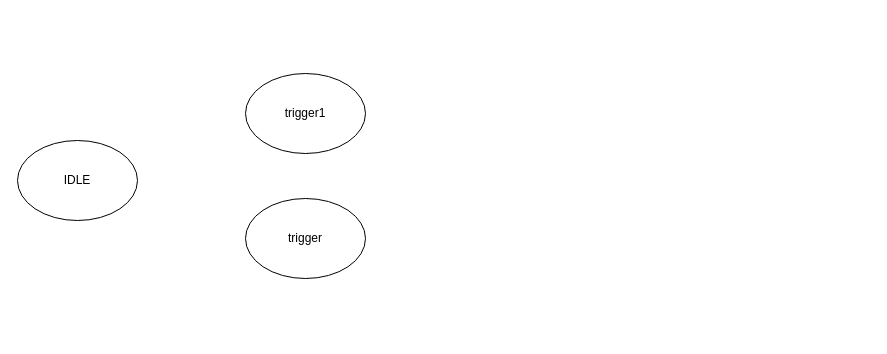
Earlier version of the draw.io diagram Our_design/addr_cnt_FSM.drawio (YZchen3467/drawio). Source tidied: cells renumbered, new cells numbered last; positions are measured from the earlier drawing's top-left corner, leaving out a move shared by most shapes. Both pictures are drawn from the tidied source at 100%, with x=0, y=0 at pixel (17, 73).
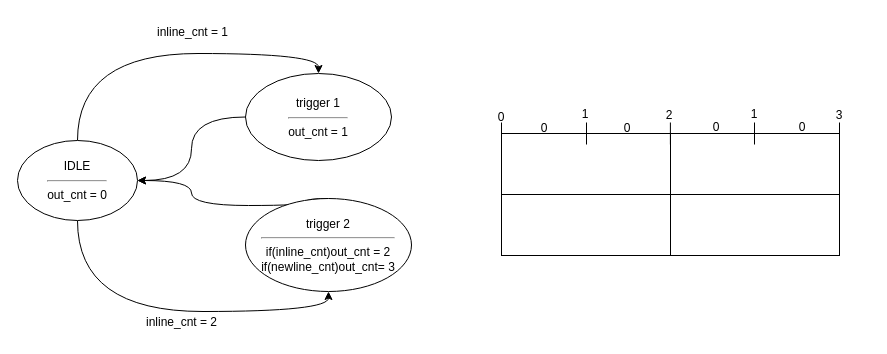
The same page after the edit.

Diff of the diagram source:
```diff
@@
+    <mxCell id="5" style="edgeStyle=orthogonalEdgeStyle;rounded=0;jettySize=auto;html=1;exitX=0.5;exitY=1;exitDx=0;exitDy=0;entryX=0.5;entryY=1;entryDx=0;entryDy=0;curved=1;" parent="1" edge="1" source="2" target="4">
+      <mxGeometry relative="1" as="geometry" />
+    </mxCell>
+    <mxCell id="6" style="edgeStyle=orthogonalEdgeStyle;rounded=0;jettySize=auto;html=1;exitX=0.5;exitY=0;exitDx=0;exitDy=0;entryX=0.5;entryY=0;entryDx=0;entryDy=0;curved=1;" parent="1" edge="1" source="2" target="3">
+      <mxGeometry relative="1" as="geometry" />
+    </mxCell>
-    <mxCell id="2" value="IDLE" style="ellipse;whiteSpace=wrap;html=1;" parent="1" vertex="1">
+    <mxCell id="2" value="IDLE&lt;hr&gt;out_cnt = 0" style="ellipse;whiteSpace=wrap;html=1;" parent="1" vertex="1">
       <mxGeometry y="67" width="120" height="80" as="geometry" />
     </mxCell>
+    <mxCell id="7" style="edgeStyle=orthogonalEdgeStyle;rounded=0;jettySize=auto;html=1;entryX=1;entryY=0.5;entryDx=0;entryDy=0;curved=1;" parent="1" edge="1" source="3" target="2">
+      <mxGeometry relative="1" as="geometry" />
+    </mxCell>
-    <mxCell id="3" value="trigger1" style="ellipse;whiteSpace=wrap;html=1;" parent="1" vertex="1">
-      <mxGeometry x="228" width="120" height="80" as="geometry" />
+    <mxCell id="3" value="trigger 1&lt;hr&gt;out_cnt = 1" style="ellipse;whiteSpace=wrap;html=1;" parent="1" vertex="1">
+      <mxGeometry x="228" width="146" height="87" as="geometry" />
     </mxCell>
+    <mxCell id="8" style="edgeStyle=orthogonalEdgeStyle;rounded=0;jettySize=auto;html=1;exitX=0.5;exitY=0;exitDx=0;exitDy=0;entryX=1;entryY=0.5;entryDx=0;entryDy=0;curved=1;" parent="1" edge="1" source="4" target="2">
+      <mxGeometry relative="1" as="geometry">
+        <Array as="points">
+          <mxPoint x="288" y="132" />
+          <mxPoint x="174" y="132" />
+          <mxPoint x="174" y="107" />
+        </Array>
+      </mxGeometry>
+    </mxCell>
-    <mxCell id="4" value="trigger" style="ellipse;whiteSpace=wrap;html=1;" parent="1" vertex="1">
-      <mxGeometry x="228" y="125" width="120" height="80" as="geometry" />
+    <mxCell id="4" value="trigger 2&lt;hr&gt;if(inline_cnt)out_cnt = 2&lt;br&gt;if(newline_cnt)out_cnt= 3" style="ellipse;whiteSpace=wrap;html=1;" parent="1" vertex="1">
+      <mxGeometry x="228" y="125" width="166" height="93" as="geometry" />
     </mxCell>
+    <mxCell id="9" style="rounded=0;whiteSpace=wrap;html=1;" parent="1" vertex="1">
+      <mxGeometry x="484" y="60" width="338" height="122" as="geometry" />
+    </mxCell>
+    <mxCell id="10" style="endArrow=none;html=1;rounded=0;entryX=0.5;entryY=0;entryDx=0;entryDy=0;exitX=0.5;exitY=1;exitDx=0;exitDy=0;" parent="1" edge="1" source="9" target="9">
+      <mxGeometry relative="1" as="geometry" />
+    </mxCell>
+    <mxCell id="11" style="endArrow=none;html=1;rounded=0;entryX=1;entryY=0.5;entryDx=0;entryDy=0;exitX=0;exitY=0.5;exitDx=0;exitDy=0;" parent="1" edge="1" source="9" target="9">
+      <mxGeometry relative="1" as="geometry" />
+    </mxCell>
+    <mxCell id="12" style="endArrow=none;html=1;rounded=0;" parent="1" edge="1">
+      <mxGeometry relative="1" as="geometry">
+        <mxPoint x="569" y="49" as="sourcePoint" />
+        <mxPoint x="569" y="71" as="targetPoint" />
+      </mxGeometry>
+    </mxCell>
+    <mxCell id="13" style="endArrow=none;html=1;rounded=0;" parent="1" edge="1">
+      <mxGeometry relative="1" as="geometry">
+        <mxPoint x="652.9" y="49" as="sourcePoint" />
+        <mxPoint x="652.9" y="71" as="targetPoint" />
+      </mxGeometry>
+    </mxCell>
+    <mxCell id="14" style="endArrow=none;html=1;rounded=0;" parent="1" edge="1">
+      <mxGeometry relative="1" as="geometry">
+        <mxPoint x="737" y="49" as="sourcePoint" />
+        <mxPoint x="737" y="71" as="targetPoint" />
+      </mxGeometry>
+    </mxCell>
+    <mxCell id="15" style="endArrow=none;html=1;rounded=0;" parent="1" edge="1">
+      <mxGeometry relative="1" as="geometry">
+        <mxPoint x="822" y="49" as="sourcePoint" />
+        <mxPoint x="822" y="71" as="targetPoint" />
+      </mxGeometry>
+    </mxCell>
+    <mxCell id="16" style="endArrow=none;html=1;rounded=0;" parent="1" edge="1">
+      <mxGeometry relative="1" as="geometry">
+        <mxPoint x="484" y="49" as="sourcePoint" />
+        <mxPoint x="484" y="71" as="targetPoint" />
+      </mxGeometry>
+    </mxCell>
+    <mxCell id="17" value="0" style="text;html=1;strokeColor=none;fillColor=none;align=center;verticalAlign=middle;whiteSpace=wrap;rounded=0;" parent="1" vertex="1">
+      <mxGeometry x="454" y="38.5" width="60" height="10" as="geometry" />
+    </mxCell>
+    <mxCell id="18" value="1" style="text;html=1;strokeColor=none;fillColor=none;align=center;verticalAlign=middle;whiteSpace=wrap;rounded=0;" parent="1" vertex="1">
+      <mxGeometry x="538" y="36" width="60" height="10" as="geometry" />
+    </mxCell>
+    <mxCell id="19" value="0" style="text;html=1;strokeColor=none;fillColor=none;align=center;verticalAlign=middle;whiteSpace=wrap;rounded=0;" parent="1" vertex="1">
+      <mxGeometry x="497" y="50" width="60" height="10" as="geometry" />
+    </mxCell>
+    <mxCell id="20" value="2" style="text;html=1;strokeColor=none;fillColor=none;align=center;verticalAlign=middle;whiteSpace=wrap;rounded=0;" parent="1" vertex="1">
+      <mxGeometry x="622" y="37" width="60" height="10" as="geometry" />
+    </mxCell>
+    <mxCell id="21" value="1" style="text;html=1;strokeColor=none;fillColor=none;align=center;verticalAlign=middle;whiteSpace=wrap;rounded=0;" parent="1" vertex="1">
+      <mxGeometry x="707" y="35.5" width="60" height="10" as="geometry" />
+    </mxCell>
+    <mxCell id="22" value="3" style="text;html=1;strokeColor=none;fillColor=none;align=center;verticalAlign=middle;whiteSpace=wrap;rounded=0;" parent="1" vertex="1">
+      <mxGeometry x="792" y="37" width="60" height="10" as="geometry" />
+    </mxCell>
+    <mxCell id="23" value="0" style="text;html=1;strokeColor=none;fillColor=none;align=center;verticalAlign=middle;whiteSpace=wrap;rounded=0;" parent="1" vertex="1">
+      <mxGeometry x="580" y="50" width="60" height="10" as="geometry" />
+    </mxCell>
+    <mxCell id="24" value="0" style="text;html=1;strokeColor=none;fillColor=none;align=center;verticalAlign=middle;whiteSpace=wrap;rounded=0;" parent="1" vertex="1">
+      <mxGeometry x="669" y="49" width="60" height="10" as="geometry" />
+    </mxCell>
+    <mxCell id="25" value="0" style="text;html=1;strokeColor=none;fillColor=none;align=center;verticalAlign=middle;whiteSpace=wrap;rounded=0;" parent="1" vertex="1">
+      <mxGeometry x="755" y="48.5" width="60" height="10" as="geometry" />
+    </mxCell>
+    <mxCell id="26" value="inline_cnt = 1" style="text;html=1;strokeColor=none;fillColor=none;align=center;verticalAlign=middle;whiteSpace=wrap;rounded=0;" parent="1" vertex="1">
+      <mxGeometry x="137" y="-56" width="77" height="30" as="geometry" />
+    </mxCell>
+    <mxCell id="27" value="inline_cnt = 2" style="text;html=1;strokeColor=none;fillColor=none;align=center;verticalAlign=middle;whiteSpace=wrap;rounded=0;" parent="1" vertex="1">
+      <mxGeometry x="64" y="234" width="201" height="30" as="geometry" />
+    </mxCell>
```
